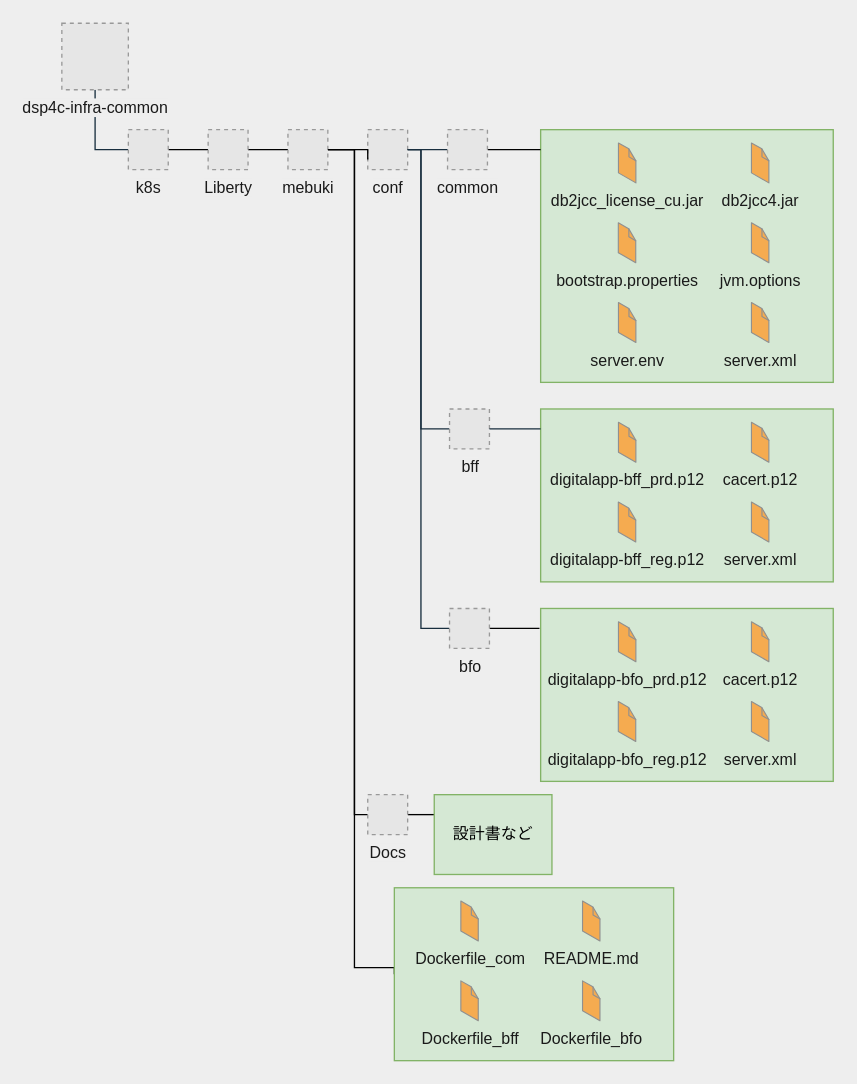
This is page "Copy of Copy of page-5" (8 of 9) of Untitled Diagram.drawio from stefan21jp/Liberty, a draw.io file, before an edit. Source tidied: cells renumbered, new cells numbered last; positions are measured from the earlier drawing's top-left corner, leaving out a move shared by most shapes. Both pictures are drawn from the tidied source at 133%, with x=0, y=0 at pixel (61, 23). Pictures stored in the file or linked from it are replaced by grey dashed boxes.
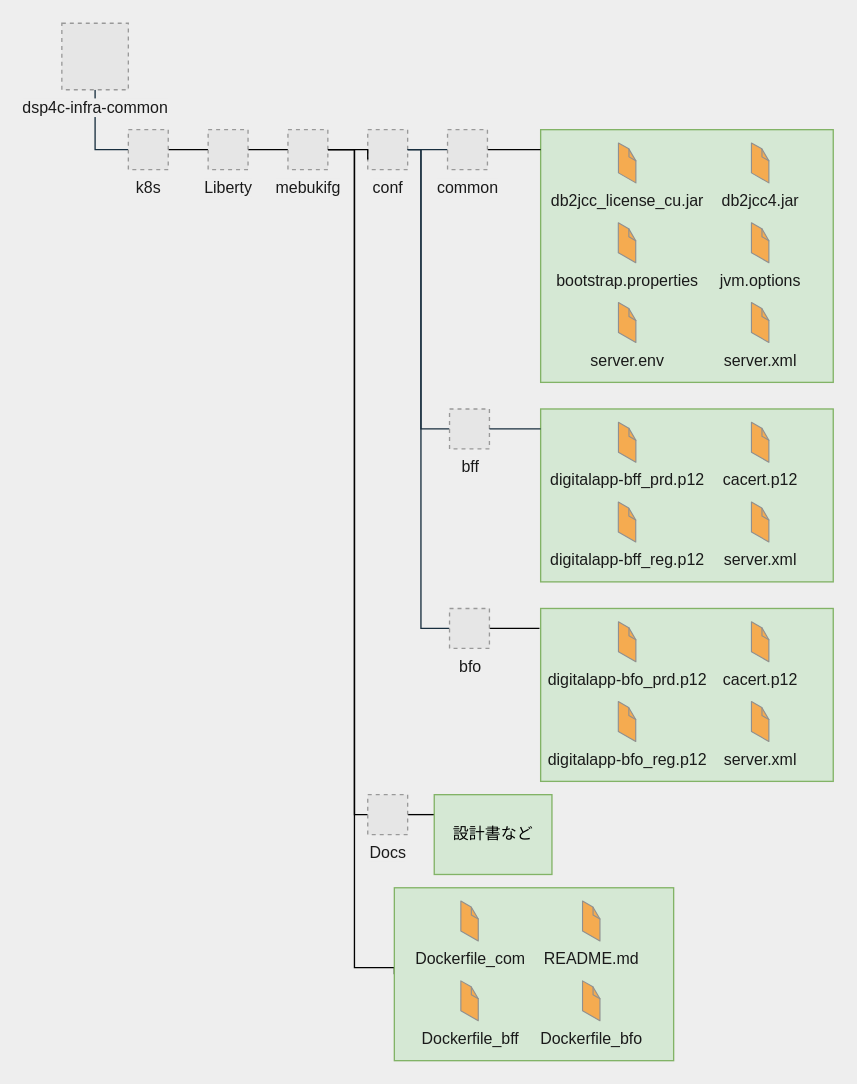
The same page after the edit.

What changed in the source:
```diff
@@
-    <mxCell id="35" value="mebuki" style="fillColor=#E6E6E6;strokeColor=#999999;dashed=1;html=1;verticalAlign=top;verticalLabelPosition=bottom;labelBackgroundColor=#EEEEEE;fontColor=#1A1A1A;" parent="1" vertex="1">
+    <mxCell id="35" value="mebukifg" style="fillColor=#E6E6E6;strokeColor=#999999;dashed=1;html=1;verticalAlign=top;verticalLabelPosition=bottom;labelBackgroundColor=#EEEEEE;fontColor=#1A1A1A;" parent="1" vertex="1">
       <mxGeometry x="170" y="80" width="30" height="30" as="geometry" />
     </mxCell>
```
